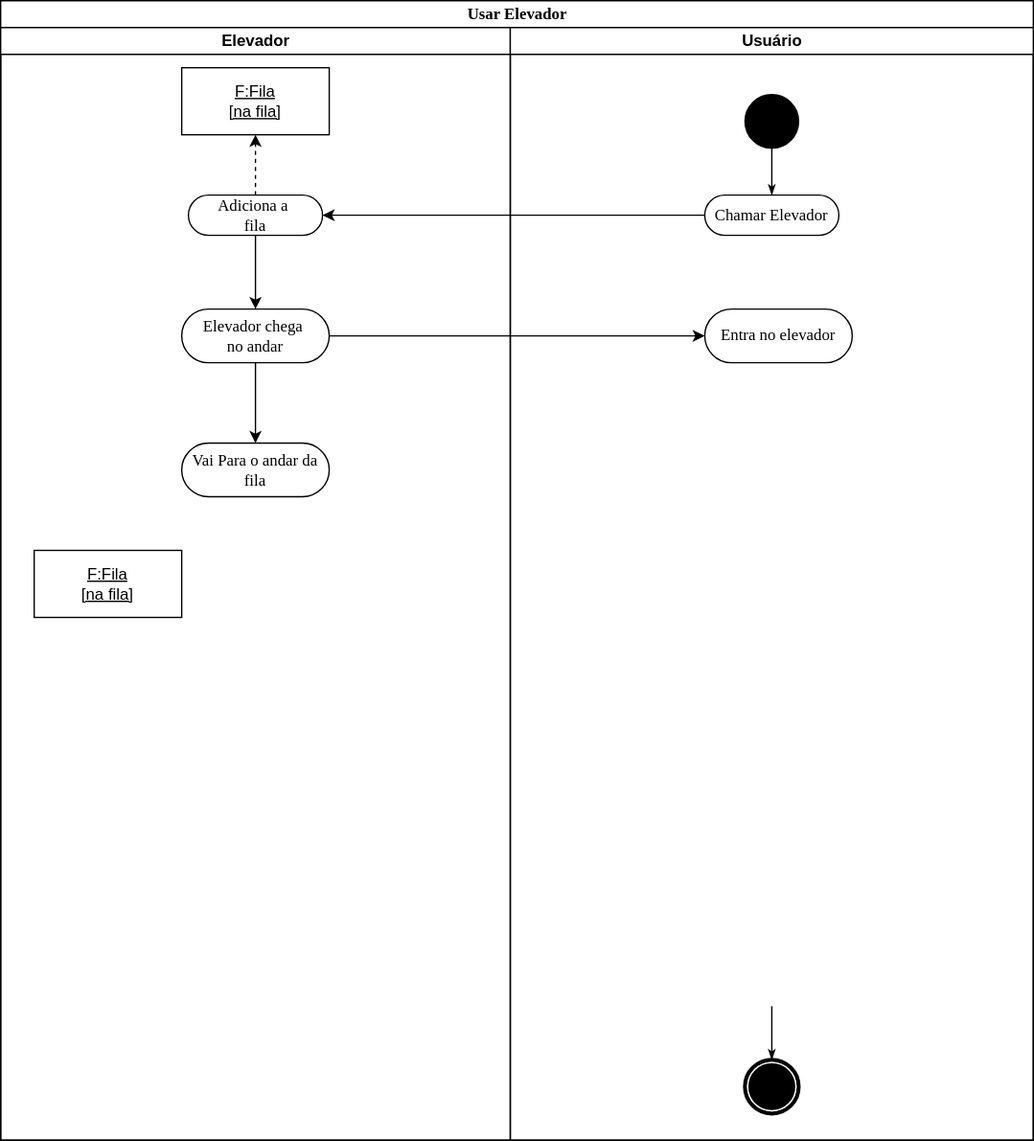
Above: Diagrama-Atividades/Usar_Elevador.svg in wholocked1/Projeto-2-modelagem (draw.io), before the change. Source tidied: cells renumbered, new cells last; positions are measured from the earlier drawing's top-left corner, leaving out a move shared by most shapes.
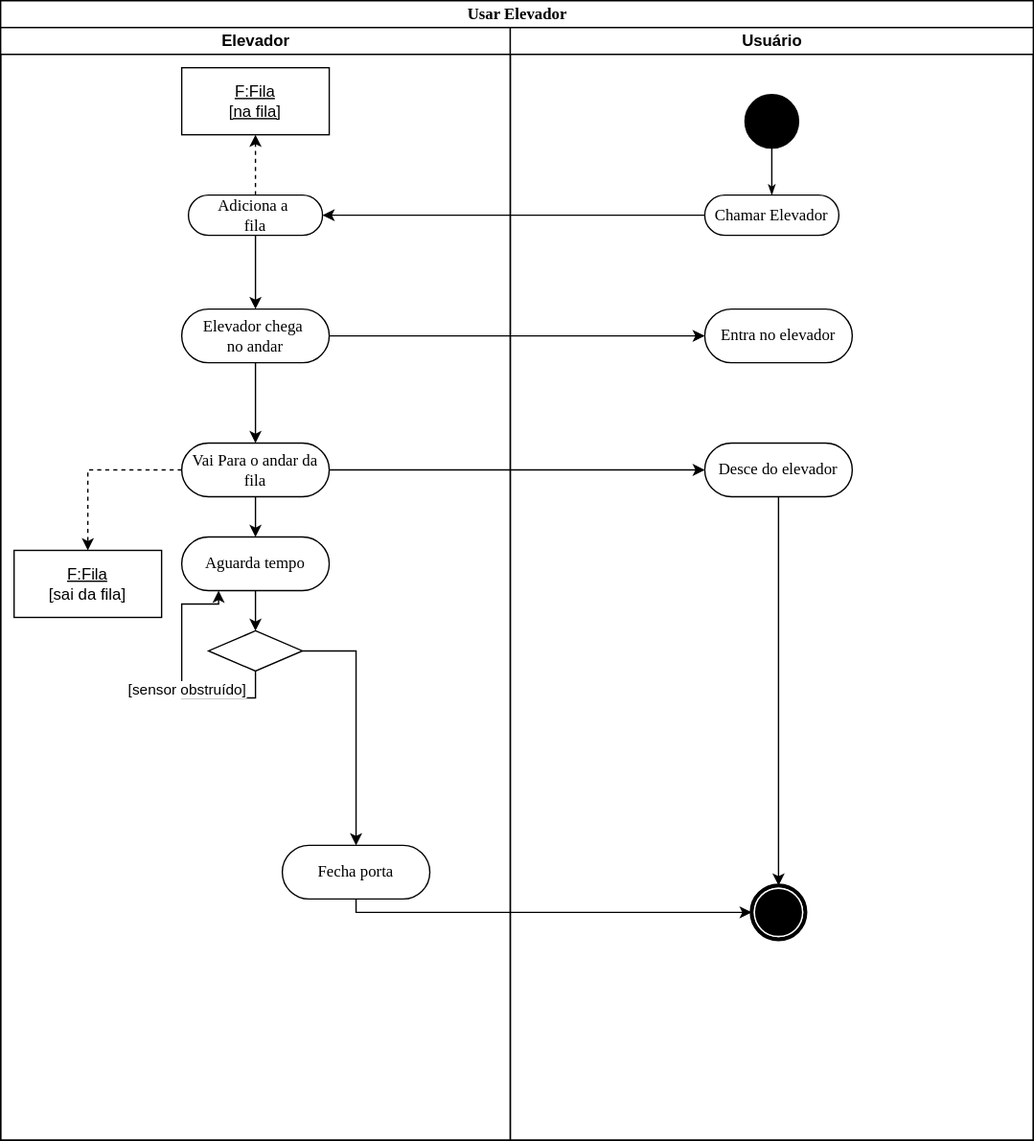
The same diagram one commit later.

Diff of the diagram source:
```diff
@@ -36,12 +36,52 @@
     <mxCell id="10" value="Elevador chega&amp;nbsp;&lt;div&gt;no andar&lt;/div&gt;" style="rounded=1;whiteSpace=wrap;html=1;shadow=0;comic=0;labelBackgroundColor=none;strokeWidth=1;fontFamily=Verdana;fontSize=12;align=center;arcSize=50;" parent="4" vertex="1">
       <mxGeometry x="135" y="210" width="110" height="40" as="geometry" />
     </mxCell>
+    <mxCell id="21" style="edgeStyle=orthogonalEdgeStyle;rounded=0;jettySize=auto;html=1;exitX=0;exitY=0.5;exitDx=0;exitDy=0;entryX=0.5;entryY=0;entryDx=0;entryDy=0;dashed=1;" parent="4" edge="1" source="11" target="12">
+      <mxGeometry relative="1" as="geometry" />
+    </mxCell>
+    <mxCell id="22" style="edgeStyle=orthogonalEdgeStyle;rounded=0;jettySize=auto;html=1;exitX=0.5;exitY=1;exitDx=0;exitDy=0;entryX=0.5;entryY=0;entryDx=0;entryDy=0;" parent="4" edge="1" source="11" target="28">
+      <mxGeometry relative="1" as="geometry" />
+    </mxCell>
     <mxCell id="11" value="Vai Para o andar da fila" style="rounded=1;whiteSpace=wrap;html=1;shadow=0;comic=0;labelBackgroundColor=none;strokeWidth=1;fontFamily=Verdana;fontSize=12;align=center;arcSize=50;" parent="4" vertex="1">
       <mxGeometry x="135" y="310" width="110" height="40" as="geometry" />
     </mxCell>
-    <mxCell id="12" value="&lt;u&gt;F:Fila&lt;/u&gt;&lt;div&gt;&lt;u&gt;[na fila]&lt;/u&gt;&lt;/div&gt;" style="whiteSpace=wrap;html=1;" parent="4" vertex="1">
-      <mxGeometry x="25" y="390" width="110" height="50" as="geometry" />
+    <mxCell id="12" value="&lt;u&gt;F:Fila&lt;/u&gt;&lt;div&gt;&lt;u&gt;[&lt;/u&gt;sai da fila&lt;u&gt;]&lt;/u&gt;&lt;/div&gt;" style="whiteSpace=wrap;html=1;" parent="4" vertex="1">
+      <mxGeometry x="10" y="390" width="110" height="50" as="geometry" />
     </mxCell>
+    <mxCell id="23" style="edgeStyle=orthogonalEdgeStyle;rounded=0;jettySize=auto;html=1;exitX=0.5;exitY=1;exitDx=0;exitDy=0;entryX=0.25;entryY=1;entryDx=0;entryDy=0;" parent="4" edge="1" source="26" target="28">
+      <mxGeometry relative="1" as="geometry" />
+    </mxCell>
+    <mxCell id="24" value="[sensor obstruído]" style="edgeLabel;html=1;align=center;verticalAlign=middle;" parent="23" vertex="1">
+      <mxGeometry x="-0.1" y="-3" relative="1" as="geometry" />
+    </mxCell>
+    <mxCell id="25" style="edgeStyle=orthogonalEdgeStyle;rounded=0;jettySize=auto;html=1;exitX=1;exitY=0.5;exitDx=0;exitDy=0;entryX=0.5;entryY=0;entryDx=0;entryDy=0;" parent="4" edge="1" source="26" target="29">
+      <mxGeometry relative="1" as="geometry" />
+    </mxCell>
+    <mxCell id="26" style="rhombus;whiteSpace=wrap;html=1;" parent="4" vertex="1">
+      <mxGeometry x="155" y="450" width="70" height="30" as="geometry" />
+    </mxCell>
+    <mxCell id="27" style="edgeStyle=orthogonalEdgeStyle;rounded=0;jettySize=auto;html=1;exitX=0.5;exitY=1;exitDx=0;exitDy=0;entryX=0.5;entryY=0;entryDx=0;entryDy=0;" parent="4" edge="1" source="28" target="26">
+      <mxGeometry relative="1" as="geometry" />
+    </mxCell>
+    <mxCell id="28" value="Aguarda tempo" style="rounded=1;whiteSpace=wrap;html=1;shadow=0;comic=0;labelBackgroundColor=none;strokeWidth=1;fontFamily=Verdana;fontSize=12;align=center;arcSize=50;" parent="4" vertex="1">
+      <mxGeometry x="135" y="380" width="110" height="40" as="geometry" />
+    </mxCell>
+    <mxCell id="29" value="Fecha porta" style="rounded=1;whiteSpace=wrap;html=1;shadow=0;comic=0;labelBackgroundColor=none;strokeWidth=1;fontFamily=Verdana;fontSize=12;align=center;arcSize=50;" parent="4" vertex="1">
+      <mxGeometry x="210" y="610" width="110" height="40" as="geometry" />
+    </mxCell>
+    <mxCell id="20" style="edgeStyle=orthogonalEdgeStyle;rounded=0;jettySize=auto;html=1;exitX=1;exitY=0.5;exitDx=0;exitDy=0;entryX=0;entryY=0.5;entryDx=0;entryDy=0;" parent="2" edge="1" source="10" target="19">
+      <mxGeometry relative="1" as="geometry" />
+    </mxCell>
+    <mxCell id="30" style="edgeStyle=orthogonalEdgeStyle;rounded=0;jettySize=auto;html=1;exitX=0.5;exitY=1;exitDx=0;exitDy=0;entryX=0;entryY=0.5;entryDx=0;entryDy=0;" parent="2" edge="1" source="29" target="17">
+      <mxGeometry relative="1" as="geometry">
+        <Array as="points">
+          <mxPoint x="265" y="680" />
+        </Array>
+      </mxGeometry>
+    </mxCell>
+    <mxCell id="31" style="edgeStyle=orthogonalEdgeStyle;rounded=0;jettySize=auto;html=1;exitX=1;exitY=0.5;exitDx=0;exitDy=0;entryX=0;entryY=0.5;entryDx=0;entryDy=0;" parent="2" edge="1" source="11" target="33">
+      <mxGeometry relative="1" as="geometry" />
+    </mxCell>
     <mxCell id="13" value="Usuário" style="swimlane;html=1;startSize=20;" parent="2" vertex="1">
       <mxGeometry x="380" y="20" width="390" height="830" as="geometry" />
     </mxCell>
@@ -51,13 +91,8 @@
     <mxCell id="15" style="ellipse;whiteSpace=wrap;html=1;rounded=0;shadow=0;comic=0;labelBackgroundColor=none;strokeWidth=1;fillColor=#000000;fontFamily=Verdana;fontSize=12;align=center;" parent="13" vertex="1">
       <mxGeometry x="175" y="50" width="40" height="40" as="geometry" />
     </mxCell>
-    <mxCell id="16" style="edgeStyle=none;rounded=0;html=1;labelBackgroundColor=none;startArrow=none;startFill=0;startSize=5;endArrow=classicThin;endFill=1;endSize=5;jettySize=auto;strokeWidth=1;fontFamily=Verdana;fontSize=12;" parent="13" edge="1" target="17">
-      <mxGeometry relative="1" as="geometry">
-        <mxPoint x="195" y="730" as="sourcePoint" />
-      </mxGeometry>
-    </mxCell>
     <mxCell id="17" style="shape=mxgraph.bpmn.shape;html=1;verticalLabelPosition=bottom;labelBackgroundColor=#ffffff;verticalAlign=top;perimeter=ellipsePerimeter;outline=end;symbol=terminate;rounded=0;shadow=0;comic=0;strokeWidth=1;fontFamily=Verdana;fontSize=12;align=center;" parent="13" vertex="1">
-      <mxGeometry x="175" y="770" width="40" height="40" as="geometry" />
+      <mxGeometry x="180" y="640" width="40" height="40" as="geometry" />
     </mxCell>
     <mxCell id="18" value="Chamar Elevador" style="rounded=1;whiteSpace=wrap;html=1;shadow=0;comic=0;labelBackgroundColor=none;strokeWidth=1;fontFamily=Verdana;fontSize=12;align=center;arcSize=50;" parent="13" vertex="1">
       <mxGeometry x="145" y="125" width="100" height="30" as="geometry" />
@@ -65,8 +100,11 @@
     <mxCell id="19" value="Entra no elevador" style="rounded=1;whiteSpace=wrap;html=1;shadow=0;comic=0;labelBackgroundColor=none;strokeWidth=1;fontFamily=Verdana;fontSize=12;align=center;arcSize=50;" parent="13" vertex="1">
       <mxGeometry x="145" y="210" width="110" height="40" as="geometry" />
     </mxCell>
-    <mxCell id="20" style="edgeStyle=orthogonalEdgeStyle;rounded=0;jettySize=auto;html=1;exitX=1;exitY=0.5;exitDx=0;exitDy=0;entryX=0;entryY=0.5;entryDx=0;entryDy=0;" parent="2" edge="1" source="10" target="19">
-      <mxGeometry relative="1" as="geometry" />
-    </mxCell>
+    <mxCell id="32" style="edgeStyle=orthogonalEdgeStyle;rounded=0;jettySize=auto;html=1;exitX=0.5;exitY=1;exitDx=0;exitDy=0;entryX=0.5;entryY=0;entryDx=0;entryDy=0;" parent="13" edge="1" source="33" target="17">
+      <mxGeometry relative="1" as="geometry" />
+    </mxCell>
+    <mxCell id="33" value="Desce do elevador" style="rounded=1;whiteSpace=wrap;html=1;shadow=0;comic=0;labelBackgroundColor=none;strokeWidth=1;fontFamily=Verdana;fontSize=12;align=center;arcSize=50;" parent="13" vertex="1">
+      <mxGeometry x="145" y="310" width="110" height="40" as="geometry" />
+    </mxCell>
   </root>
 </mxGraphModel>
```
